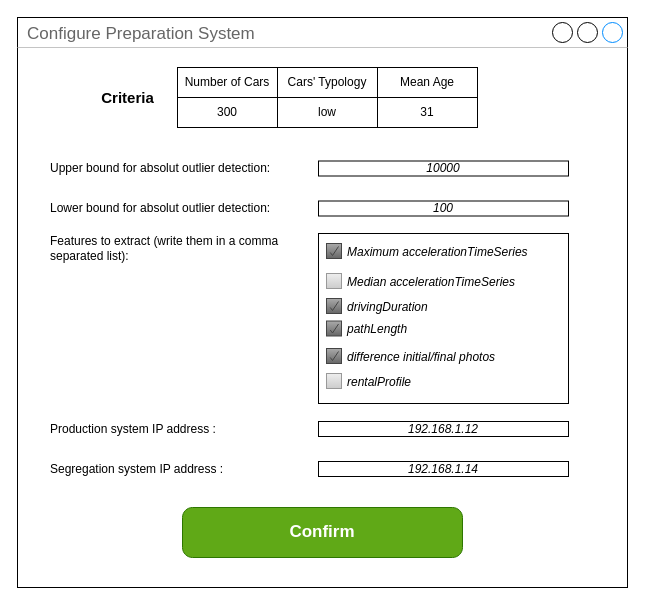
BaffoBello14/AutomaticDamagesRecognition keeps this draw.io diagram as configure/preparation system (CAPE)/preparation_system.drawio. Above is the earlier version. Source tidied: cells renumbered, new cells numbered last; positions are measured from the earlier drawing's top-left corner, leaving out a move shared by most shapes. Both pictures are drawn from the tidied source at 100%, with x=0, y=0 at pixel (17, 17).
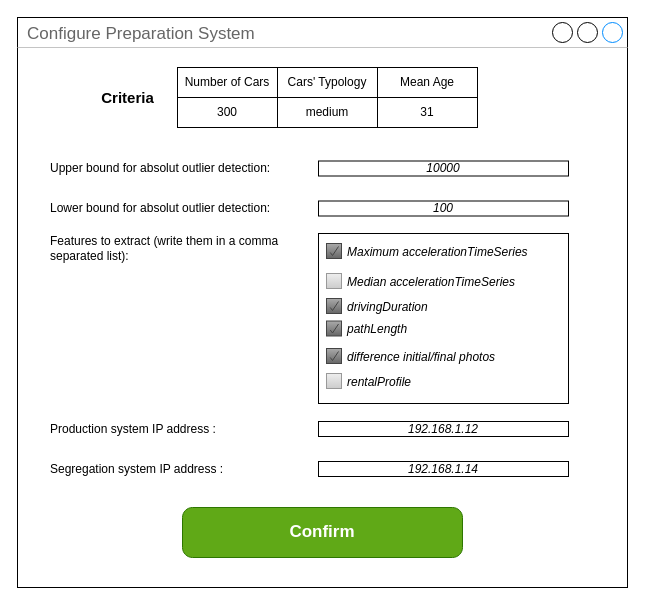
The same page after the edit.

Unchanged cells that the change refers to:
```xml
<mxCell id="20" style="group;" parent="1" vertex="1">
  <mxGeometry x="160" y="50" width="300" height="60" as="geometry" />
</mxCell>
```

The edit, as a diff of the source:
```diff
@@
-    <mxCell id="25" value="low" style="whiteSpace=wrap;html=1;" parent="20" vertex="1">
+    <mxCell id="25" value="medium" style="whiteSpace=wrap;html=1;" parent="20" vertex="1">
       <mxGeometry x="100" y="30" width="100" height="30" as="geometry" />
     </mxCell>
```
